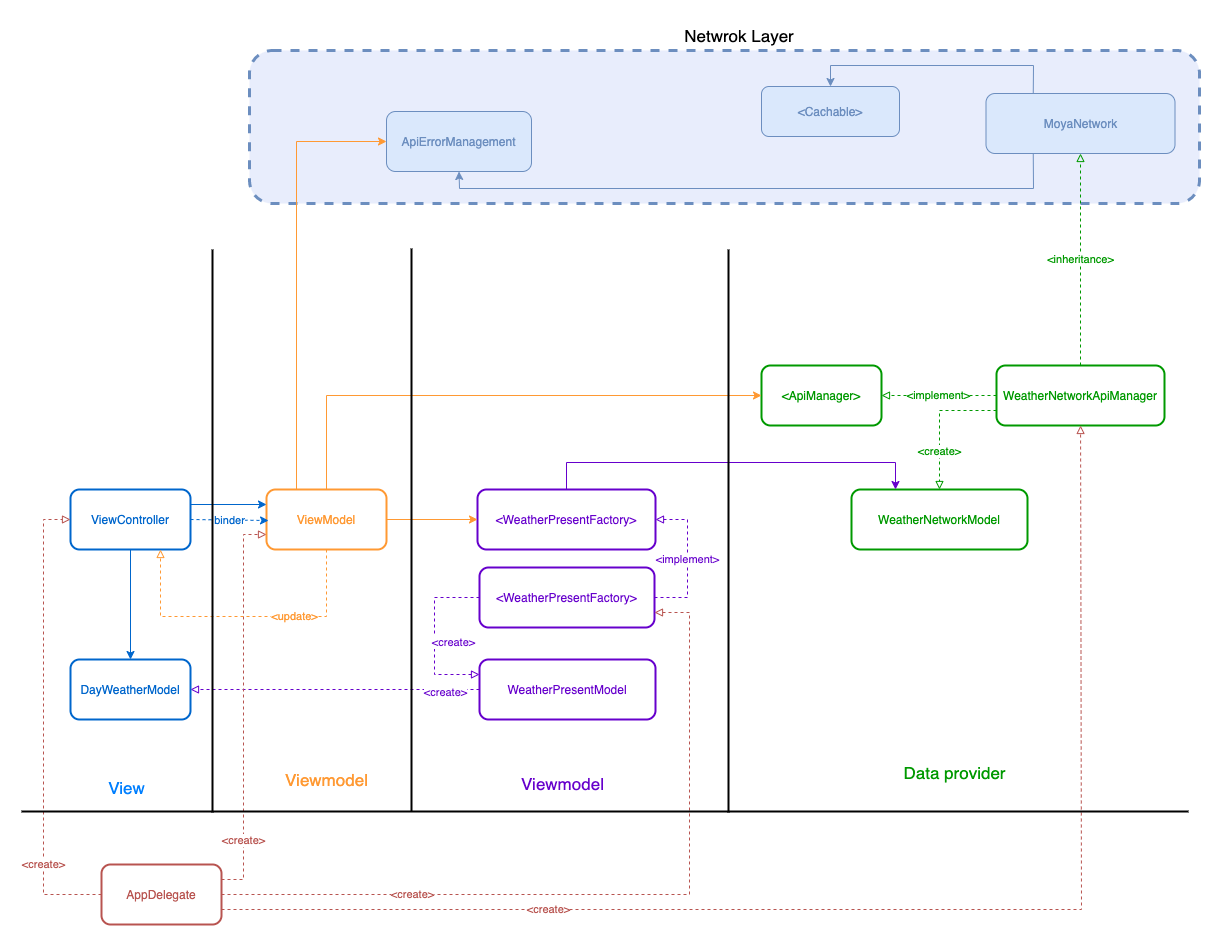
The draw.io diagram NAB_iOSAssignment_diagram.png in kartungit/WeatherForecast, before a commit. Source tidied: cells renumbered, new cells last; positions are measured from the earlier drawing's top-left corner, leaving out a move shared by most shapes.
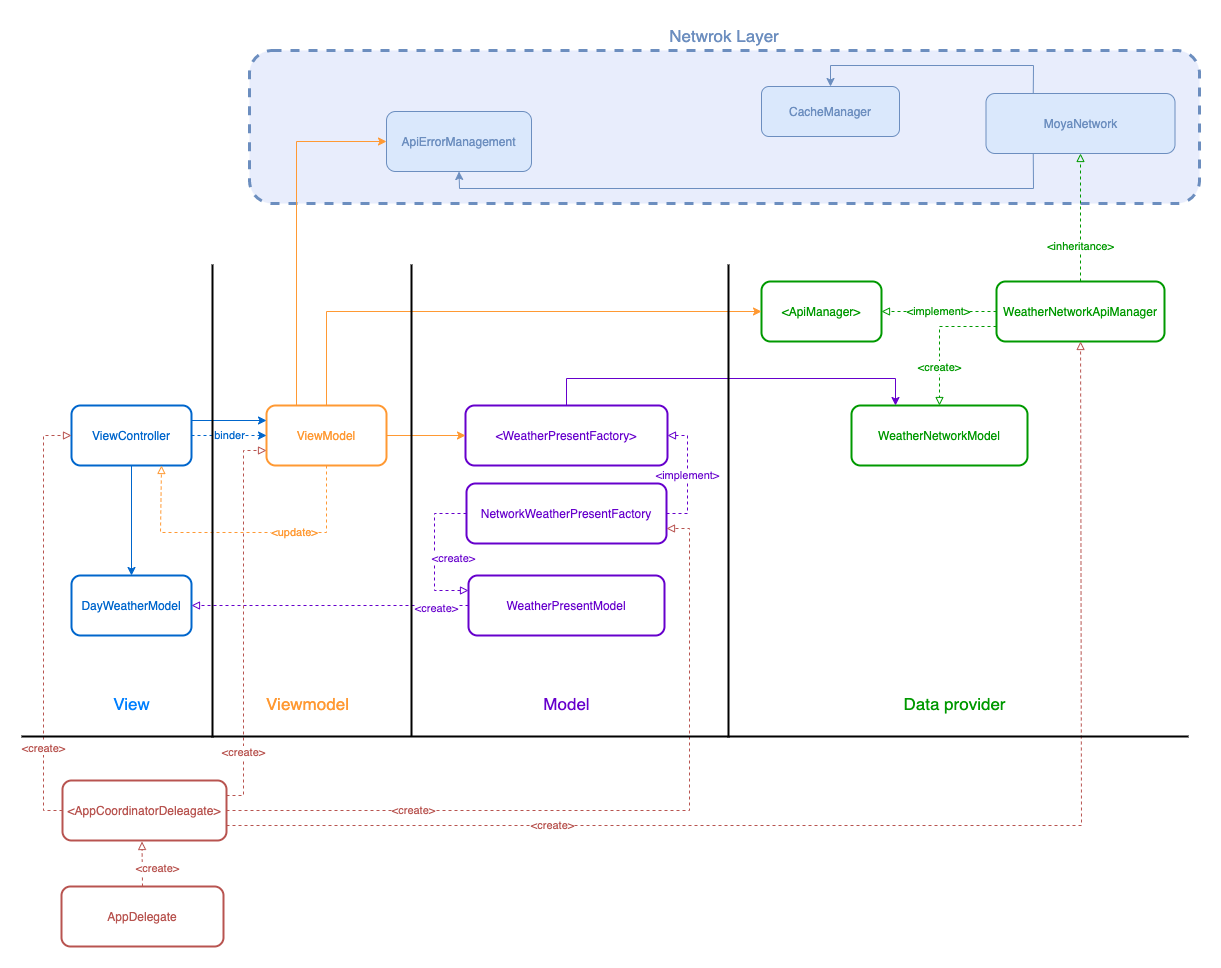
After the commit.

The edit, as a diff of the source:
```diff
@@ -6,18 +6,18 @@
       <mxGeometry x="228" y="30" width="950" height="153" as="geometry" />
     </mxCell>
     <mxCell id="3" value="ViewController" style="rounded=1;whiteSpace=wrap;html=1;fillColor=none;strokeColor=#0066CC;strokeWidth=2;fontColor=#0066CC;" parent="1" vertex="1">
-      <mxGeometry x="49" y="469" width="120" height="60" as="geometry" />
+      <mxGeometry x="50" y="385" width="120" height="60" as="geometry" />
     </mxCell>
     <mxCell id="4" value="ViewModel" style="rounded=1;whiteSpace=wrap;html=1;fillColor=none;strokeColor=#FF9933;strokeWidth=2;fontColor=#FF9933;" parent="1" vertex="1">
-      <mxGeometry x="245" y="469" width="120" height="60" as="geometry" />
+      <mxGeometry x="245" y="385" width="120" height="60" as="geometry" />
     </mxCell>
     <mxCell id="5" value="DayWeatherModel" style="rounded=1;whiteSpace=wrap;html=1;fillColor=none;strokeColor=#0066CC;fontColor=#0066CC;strokeWidth=2;" parent="1" vertex="1">
-      <mxGeometry x="49" y="639" width="120" height="60" as="geometry" />
+      <mxGeometry x="50" y="555" width="120" height="60" as="geometry" />
     </mxCell>
     <mxCell id="6" style="endArrow=classic;html=1;rounded=0;exitX=1;exitY=0.25;exitDx=0;exitDy=0;entryX=0;entryY=0.25;entryDx=0;entryDy=0;strokeColor=#0066CC;" parent="1" edge="1" source="3" target="4">
       <mxGeometry relative="1" as="geometry" />
     </mxCell>
-    <mxCell id="7" value="binder" style="endArrow=classic;html=1;rounded=0;dashed=1;exitX=1;exitY=0.5;exitDx=0;exitDy=0;entryX=0.017;entryY=0.517;entryDx=0;entryDy=0;entryPerimeter=0;strokeColor=#0066CC;fontColor=#0066CC;" parent="1" edge="1" source="3" target="4">
+    <mxCell id="7" value="binder" style="endArrow=classic;html=1;rounded=0;dashed=1;exitX=1;exitY=0.5;exitDx=0;exitDy=0;strokeColor=#0066CC;fontColor=#0066CC;entryX=0;entryY=0.5;entryDx=0;entryDy=0;" parent="1" edge="1" source="3" target="4">
       <mxGeometry relative="1" as="geometry" />
     </mxCell>
     <mxCell id="8" style="endArrow=classic;html=1;rounded=0;exitX=0.5;exitY=1;exitDx=0;exitDy=0;entryX=0.5;entryY=0;entryDx=0;entryDy=0;fontColor=#0066CC;strokeColor=#0066CC;" parent="1" edge="1" source="3" target="5">
@@ -27,35 +27,35 @@
       <mxGeometry x="-0.77" y="3" relative="1" as="geometry" />
     </mxCell>
     <mxCell id="10" value="&amp;lt;ApiManager&amp;gt;" style="rounded=1;whiteSpace=wrap;html=1;fillColor=none;strokeColor=#009900;strokeWidth=2;fontColor=#009900;" parent="1" vertex="1">
-      <mxGeometry x="740" y="345" width="120" height="60" as="geometry" />
+      <mxGeometry x="740" y="261" width="120" height="60" as="geometry" />
     </mxCell>
     <mxCell id="11" style="endArrow=classic;html=1;rounded=0;exitX=0.5;exitY=0;exitDx=0;exitDy=0;entryX=0;entryY=0.5;entryDx=0;entryDy=0;strokeColor=#FF9933;" parent="1" edge="1" source="4" target="10">
       <mxGeometry relative="1" as="geometry">
         <Array as="points">
-          <mxPoint x="305" y="375" />
+          <mxPoint x="305" y="291" />
         </Array>
       </mxGeometry>
     </mxCell>
     <mxCell id="12" value="WeatherNetworkApiManager" style="rounded=1;whiteSpace=wrap;html=1;fillColor=none;strokeColor=#009900;fontColor=#009900;strokeWidth=2;" parent="1" vertex="1">
-      <mxGeometry x="975" y="345" width="168" height="60" as="geometry" />
+      <mxGeometry x="975" y="261" width="168" height="60" as="geometry" />
     </mxCell>
     <mxCell id="13" value="&amp;lt;implement&amp;gt;" style="endArrow=block;html=1;rounded=0;exitX=0;exitY=0.5;exitDx=0;exitDy=0;entryX=1;entryY=0.5;entryDx=0;entryDy=0;endFill=0;dashed=1;fontColor=#009900;strokeColor=#009900;" parent="1" edge="1" source="12" target="10">
       <mxGeometry relative="1" as="geometry" />
     </mxCell>
     <mxCell id="14" value="WeatherNetworkModel" style="rounded=1;whiteSpace=wrap;html=1;fillColor=none;strokeColor=#009900;strokeWidth=2;fontColor=#009900;" parent="1" vertex="1">
-      <mxGeometry x="830" y="469" width="176" height="60" as="geometry" />
+      <mxGeometry x="830" y="385" width="176" height="60" as="geometry" />
     </mxCell>
     <mxCell id="15" value="WeatherPresentModel" style="rounded=1;whiteSpace=wrap;html=1;fillColor=none;strokeColor=#6600CC;strokeWidth=2;labelBackgroundColor=none;fontColor=#6600CC;" parent="1" vertex="1">
-      <mxGeometry x="458" y="639" width="176" height="60" as="geometry" />
+      <mxGeometry x="447" y="555" width="196" height="60" as="geometry" />
     </mxCell>
     <mxCell id="16" value="&amp;lt;WeatherPresentFactory&amp;gt;" style="rounded=1;whiteSpace=wrap;html=1;fillColor=none;strokeColor=#6600CC;strokeWidth=2;fontColor=#6600CC;" parent="1" vertex="1">
-      <mxGeometry x="456" y="469" width="178" height="60" as="geometry" />
+      <mxGeometry x="444" y="385" width="202" height="60" as="geometry" />
     </mxCell>
     <mxCell id="17" value="&amp;lt;create&amp;gt;" style="endArrow=block;html=1;rounded=0;entryX=0;entryY=0.25;entryDx=0;entryDy=0;endFill=0;dashed=1;exitX=0;exitY=0.5;exitDx=0;exitDy=0;strokeColor=#6600CC;fontColor=#6600CC;" parent="1" edge="1" source="22" target="15">
       <mxGeometry x="0.09" y="19" relative="1" as="geometry">
         <Array as="points">
-          <mxPoint x="413" y="577" />
-          <mxPoint x="413" y="654" />
+          <mxPoint x="413" y="493" />
+          <mxPoint x="413" y="570" />
         </Array>
         <mxPoint y="-1" as="offset" />
       </mxGeometry>
@@ -63,7 +63,7 @@
     <mxCell id="18" value="&amp;lt;create&amp;gt;" style="endArrow=block;html=1;rounded=0;entryX=0.5;entryY=0;entryDx=0;entryDy=0;endFill=0;dashed=1;exitX=0;exitY=0.75;exitDx=0;exitDy=0;fontColor=#009900;strokeColor=#009900;" parent="1" edge="1" source="12" target="14">
       <mxGeometry x="0.43" relative="1" as="geometry">
         <Array as="points">
-          <mxPoint x="918" y="390" />
+          <mxPoint x="918" y="306" />
         </Array>
         <mxPoint y="1" as="offset" />
       </mxGeometry>
@@ -74,49 +74,49 @@
     <mxCell id="20" style="endArrow=classic;html=1;rounded=0;entryX=0.25;entryY=0;entryDx=0;entryDy=0;exitX=0.5;exitY=0;exitDx=0;exitDy=0;strokeColor=#6600CC;" parent="1" edge="1" source="16" target="14">
       <mxGeometry relative="1" as="geometry">
         <Array as="points">
-          <mxPoint x="545" y="442" />
-          <mxPoint x="874" y="442" />
+          <mxPoint x="545" y="358" />
+          <mxPoint x="874" y="358" />
         </Array>
       </mxGeometry>
     </mxCell>
     <mxCell id="21" style="endArrow=classic;html=1;rounded=0;entryX=0;entryY=0.5;entryDx=0;entryDy=0;exitX=1;exitY=0.5;exitDx=0;exitDy=0;fontColor=#FF9933;strokeColor=#FF9933;" parent="1" edge="1" source="4" target="16">
       <mxGeometry relative="1" as="geometry" />
     </mxCell>
-    <mxCell id="22" value="&amp;lt;WeatherPresentFactory&amp;gt;" style="rounded=1;whiteSpace=wrap;html=1;fillColor=none;strokeColor=#6600CC;fontColor=#6600CC;strokeWidth=2;" parent="1" vertex="1">
-      <mxGeometry x="458" y="547" width="175" height="60" as="geometry" />
+    <mxCell id="22" value="NetworkWeatherPresentFactory" style="rounded=1;whiteSpace=wrap;html=1;fillColor=none;strokeColor=#6600CC;fontColor=#6600CC;strokeWidth=2;" parent="1" vertex="1">
+      <mxGeometry x="445" y="463" width="200" height="60" as="geometry" />
     </mxCell>
     <mxCell id="23" value="&amp;lt;implement&amp;gt;" style="endArrow=block;html=1;rounded=0;exitX=1;exitY=0.5;exitDx=0;exitDy=0;entryX=1;entryY=0.5;entryDx=0;entryDy=0;endFill=0;dashed=1;fontColor=#6600CC;strokeColor=#6600CC;" parent="1" edge="1" source="22" target="16">
       <mxGeometry x="-0.01" relative="1" as="geometry">
         <Array as="points">
-          <mxPoint x="666" y="577" />
-          <mxPoint x="666" y="499" />
+          <mxPoint x="666" y="493" />
+          <mxPoint x="666" y="415" />
         </Array>
       </mxGeometry>
     </mxCell>
-    <mxCell id="24" value="AppDelegate" style="rounded=1;whiteSpace=wrap;html=1;fillColor=none;strokeColor=#B85450;strokeWidth=2;fontColor=#B85450;" parent="1" vertex="1">
-      <mxGeometry x="80" y="844" width="120" height="60" as="geometry" />
+    <mxCell id="24" value="&amp;lt;AppCoordinatorDeleagate&amp;gt;" style="rounded=1;whiteSpace=wrap;html=1;fillColor=none;strokeColor=#B85450;strokeWidth=2;fontColor=#B85450;" parent="1" vertex="1">
+      <mxGeometry x="41" y="760" width="164" height="60" as="geometry" />
     </mxCell>
     <mxCell id="25" value="&amp;lt;update&amp;gt;" style="endArrow=block;html=1;rounded=0;exitX=0.5;exitY=1;exitDx=0;exitDy=0;entryX=0.75;entryY=1;entryDx=0;entryDy=0;endFill=0;dashed=1;strokeColor=#FF9933;fontColor=#FF9933;" parent="1" edge="1" source="4" target="3">
       <mxGeometry x="-0.34" relative="1" as="geometry">
         <Array as="points">
-          <mxPoint x="305" y="596" />
-          <mxPoint x="139" y="596" />
+          <mxPoint x="305" y="512" />
+          <mxPoint x="139" y="512" />
         </Array>
       </mxGeometry>
     </mxCell>
     <mxCell id="26" value="&amp;lt;create&amp;gt;" style="endArrow=block;html=1;rounded=0;dashed=1;entryX=0;entryY=0.5;entryDx=0;entryDy=0;exitX=0;exitY=0.5;exitDx=0;exitDy=0;endFill=0;strokeColor=#B85450;fontColor=#B85450;" parent="1" edge="1" source="24" target="3">
       <mxGeometry x="-0.62" relative="1" as="geometry">
         <Array as="points">
-          <mxPoint x="22" y="874" />
-          <mxPoint x="22" y="499" />
+          <mxPoint x="22" y="790" />
+          <mxPoint x="22" y="415" />
         </Array>
       </mxGeometry>
     </mxCell>
     <mxCell id="27" value="&amp;lt;create&amp;gt;" style="endArrow=block;html=1;rounded=0;dashed=1;exitX=1;exitY=0.25;exitDx=0;exitDy=0;endFill=0;entryX=0;entryY=0.75;entryDx=0;entryDy=0;fontColor=#B85450;strokeColor=#B85450;" parent="1" edge="1" source="24" target="4">
       <mxGeometry x="-0.68" relative="1" as="geometry">
         <Array as="points">
-          <mxPoint x="222" y="859" />
-          <mxPoint x="222" y="514" />
+          <mxPoint x="222" y="775" />
+          <mxPoint x="222" y="430" />
         </Array>
         <mxPoint y="1" as="offset" />
       </mxGeometry>
@@ -124,15 +124,15 @@
     <mxCell id="28" value="&amp;lt;create&amp;gt;" style="endArrow=block;html=1;rounded=0;dashed=1;exitX=1;exitY=0.5;exitDx=0;exitDy=0;endFill=0;entryX=1;entryY=0.75;entryDx=0;entryDy=0;strokeColor=#B85450;fontColor=#B85450;" parent="1" edge="1" source="24" target="22">
       <mxGeometry x="-0.51" relative="1" as="geometry">
         <Array as="points">
-          <mxPoint x="668" y="874" />
-          <mxPoint x="668" y="592" />
+          <mxPoint x="668" y="790" />
+          <mxPoint x="668" y="508" />
         </Array>
       </mxGeometry>
     </mxCell>
     <mxCell id="29" value="&amp;lt;create&amp;gt;" style="endArrow=block;html=1;rounded=0;dashed=1;exitX=1;exitY=0.75;exitDx=0;exitDy=0;endFill=0;fontColor=#B85450;strokeColor=#B85450;" parent="1" edge="1" source="24" target="12">
       <mxGeometry x="-0.51" relative="1" as="geometry">
         <Array as="points">
-          <mxPoint x="1060" y="889" />
+          <mxPoint x="1060" y="805" />
         </Array>
       </mxGeometry>
     </mxCell>
@@ -155,48 +155,48 @@
       </mxGeometry>
     </mxCell>
     <mxCell id="33" value="&amp;lt;inheritance&amp;gt;" style="endArrow=block;html=1;rounded=0;exitX=0.5;exitY=0;exitDx=0;exitDy=0;entryX=0.5;entryY=1;entryDx=0;entryDy=0;endFill=0;dashed=1;strokeColor=#009900;fontColor=#009900;" parent="1" edge="1" source="12" target="30">
-      <mxGeometry relative="1" as="geometry" />
+      <mxGeometry x="-0.45" relative="1" as="geometry" />
     </mxCell>
-    <mxCell id="34" value="Netwrok Layer" style="text;html=1;strokeColor=none;fillColor=none;align=center;verticalAlign=middle;whiteSpace=wrap;rounded=0;dashed=1;fontSize=17;" parent="1" vertex="1">
-      <mxGeometry x="609" width="218" height="30" as="geometry" />
+    <mxCell id="34" value="Netwrok Layer" style="text;html=1;strokeColor=none;fillColor=none;align=center;verticalAlign=middle;whiteSpace=wrap;rounded=0;dashed=1;fontSize=17;fontColor=#6C8EBF;" parent="1" vertex="1">
+      <mxGeometry x="594" width="218" height="30" as="geometry" />
     </mxCell>
     <mxCell id="35" style="endArrow=none;html=1;rounded=0;fontSize=17;strokeWidth=2;" parent="1" edge="1">
       <mxGeometry relative="1" as="geometry">
-        <mxPoint x="191" y="792" as="sourcePoint" />
-        <mxPoint x="191" y="229" as="targetPoint" />
+        <mxPoint x="191" y="717" as="sourcePoint" />
+        <mxPoint x="191" y="244" as="targetPoint" />
       </mxGeometry>
     </mxCell>
     <mxCell id="36" style="endArrow=none;html=1;rounded=0;fontSize=17;strokeWidth=2;" parent="1" edge="1">
       <mxGeometry relative="1" as="geometry">
-        <mxPoint x="1167" y="791" as="sourcePoint" />
-        <mxPoint y="791" as="targetPoint" />
+        <mxPoint x="1167" y="716" as="sourcePoint" />
+        <mxPoint y="716" as="targetPoint" />
       </mxGeometry>
     </mxCell>
     <mxCell id="37" style="endArrow=none;html=1;rounded=0;fontSize=17;strokeWidth=2;" parent="1" edge="1">
       <mxGeometry relative="1" as="geometry">
-        <mxPoint x="390" y="791" as="sourcePoint" />
-        <mxPoint x="390" y="228" as="targetPoint" />
+        <mxPoint x="390" y="716" as="sourcePoint" />
+        <mxPoint x="390" y="244" as="targetPoint" />
       </mxGeometry>
     </mxCell>
     <mxCell id="38" style="endArrow=none;html=1;rounded=0;fontSize=17;strokeWidth=2;" parent="1" edge="1">
       <mxGeometry relative="1" as="geometry">
-        <mxPoint x="707" y="792" as="sourcePoint" />
-        <mxPoint x="707" y="229" as="targetPoint" />
+        <mxPoint x="707" y="717" as="sourcePoint" />
+        <mxPoint x="707" y="244" as="targetPoint" />
       </mxGeometry>
     </mxCell>
     <mxCell id="39" value="View" style="text;html=1;strokeColor=none;fillColor=none;align=center;verticalAlign=middle;whiteSpace=wrap;rounded=0;dashed=1;fontSize=17;fontColor=#007FFF;" parent="1" vertex="1">
-      <mxGeometry x="32" y="752" width="147" height="30" as="geometry" />
+      <mxGeometry x="36.5" y="668" width="147" height="30" as="geometry" />
     </mxCell>
     <mxCell id="40" value="Viewmodel" style="text;html=1;strokeColor=none;fillColor=none;align=center;verticalAlign=middle;whiteSpace=wrap;rounded=0;dashed=1;fontSize=17;fontColor=#FF9933;" parent="1" vertex="1">
-      <mxGeometry x="231.5" y="744" width="147" height="30" as="geometry" />
+      <mxGeometry x="213" y="668" width="147" height="30" as="geometry" />
     </mxCell>
-    <mxCell id="41" value="Viewmodel" style="text;html=1;strokeColor=none;fillColor=none;align=center;verticalAlign=middle;whiteSpace=wrap;rounded=0;dashed=1;fontSize=17;fontColor=#6600CC;" parent="1" vertex="1">
-      <mxGeometry x="467.5" y="748" width="147" height="30" as="geometry" />
+    <mxCell id="41" value="Model" style="text;html=1;strokeColor=none;fillColor=none;align=center;verticalAlign=middle;whiteSpace=wrap;rounded=0;dashed=1;fontSize=17;fontColor=#6600CC;" parent="1" vertex="1">
+      <mxGeometry x="471.5" y="668" width="147" height="30" as="geometry" />
     </mxCell>
     <mxCell id="42" value="Data provider" style="text;html=1;strokeColor=none;fillColor=none;align=center;verticalAlign=middle;whiteSpace=wrap;rounded=0;dashed=1;fontSize=17;fontColor=#009900;" parent="1" vertex="1">
-      <mxGeometry x="860" y="737" width="147" height="30" as="geometry" />
+      <mxGeometry x="860" y="668" width="147" height="30" as="geometry" />
     </mxCell>
-    <mxCell id="43" value="&amp;lt;Cachable&amp;gt;" style="rounded=1;whiteSpace=wrap;html=1;fillColor=#dae8fc;strokeColor=#6c8ebf;fontColor=#6C8EBF;" parent="1" vertex="1">
+    <mxCell id="43" value="CacheManager" style="rounded=1;whiteSpace=wrap;html=1;fillColor=#dae8fc;strokeColor=#6c8ebf;fontColor=#6C8EBF;" parent="1" vertex="1">
       <mxGeometry x="740" y="66" width="138" height="50" as="geometry" />
     </mxCell>
     <mxCell id="44" style="endArrow=classic;html=1;rounded=0;exitX=0.25;exitY=0;exitDx=0;exitDy=0;fontColor=#6C8EBF;strokeColor=#6C8EBF;entryX=0.5;entryY=0;entryDx=0;entryDy=0;" parent="1" edge="1" source="30" target="43">
@@ -207,5 +207,13 @@
         </Array>
       </mxGeometry>
     </mxCell>
+    <mxCell id="45" value="AppDelegate" style="rounded=1;whiteSpace=wrap;html=1;fillColor=none;strokeColor=#B85450;strokeWidth=2;fontColor=#B85450;" parent="1" vertex="1">
+      <mxGeometry x="40" y="866" width="162" height="60" as="geometry" />
+    </mxCell>
+    <mxCell id="46" value="&amp;lt;create&amp;gt;" style="endArrow=block;html=1;rounded=0;dashed=1;endFill=0;strokeColor=#B85450;fontColor=#B85450;exitX=0.5;exitY=0;exitDx=0;exitDy=0;entryX=0.5;entryY=1;entryDx=0;entryDy=0;" parent="1" edge="1" source="45">
+      <mxGeometry x="-0.21" y="-15" relative="1" as="geometry">
+        <mxPoint x="120.5" y="821" as="targetPoint" />
+      </mxGeometry>
+    </mxCell>
   </root>
 </mxGraphModel>
```
